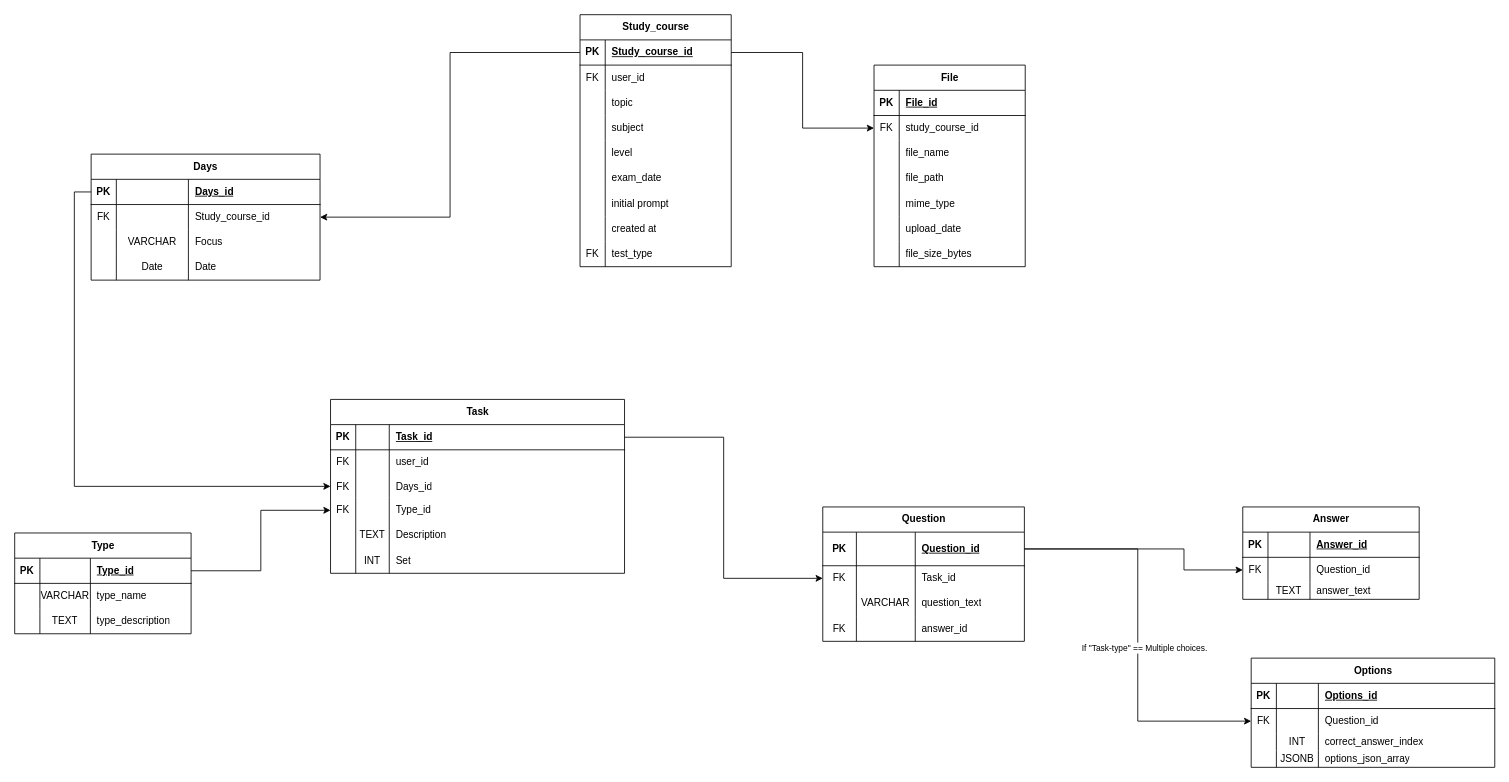
Manny262/edtech-learning-plattform keeps this draw.io diagram as page "ER-diagram" (3 of 3) of docs/flowchart.drawio. Above is the earlier version. Source tidied: cells renumbered, new cells numbered last; positions are measured from the earlier drawing's top-left corner, leaving out a move shared by most shapes. Both pictures are drawn from the tidied source at 84%, with x=0, y=0 at pixel (14, 14).
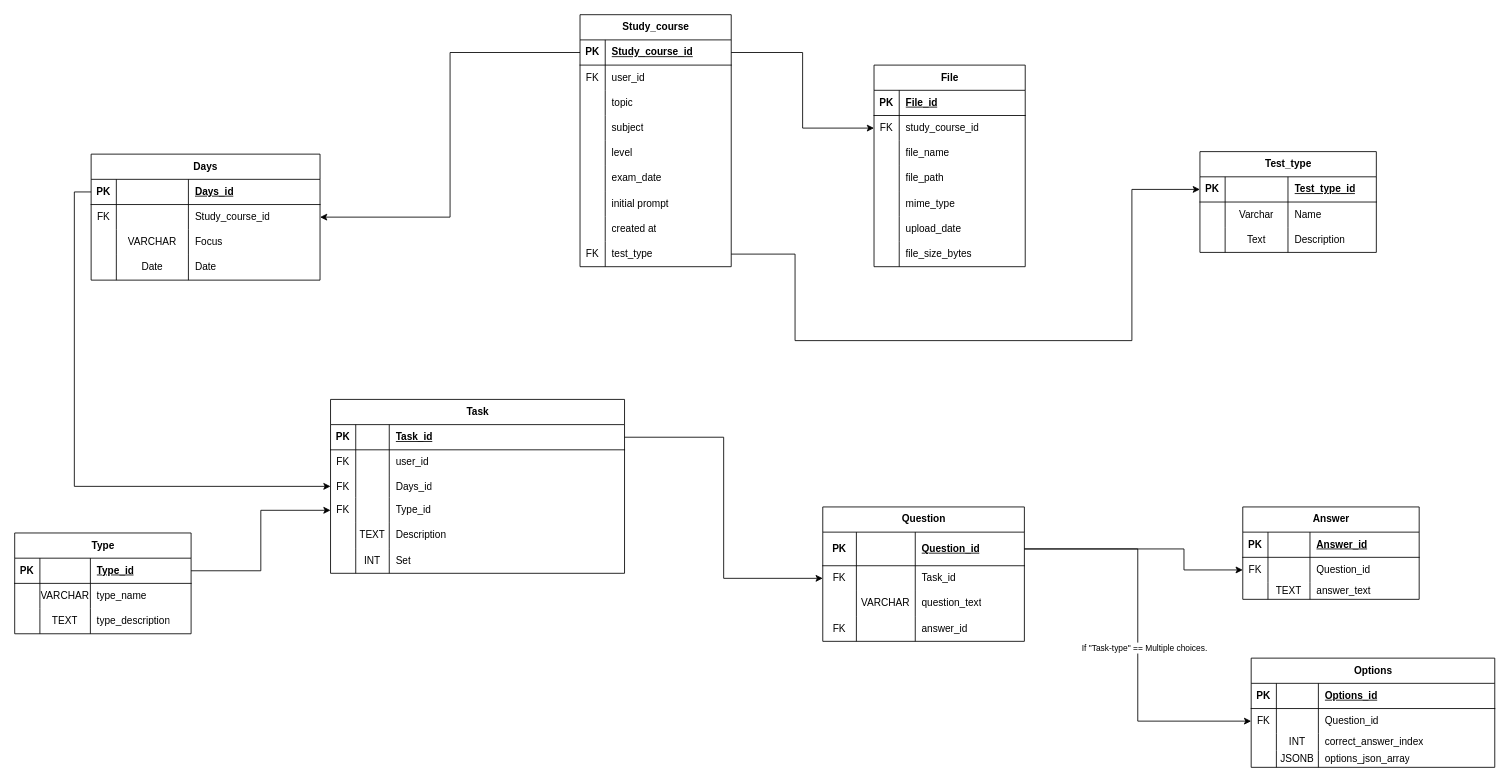
Above is the later version.

Unchanged cells that the change refers to:
```xml
<mxCell id="28" style="shape=tableRow;horizontal=0;startSize=0;swimlaneHead=0;swimlaneBody=0;fillColor=none;points=[[0,0.5],[1,0.5]];portConstraint=eastwest;top=0;left=0;right=0;bottom=0;" parent="3" vertex="1">
  <mxGeometry y="270" width="180" height="30" as="geometry" />
</mxCell>
```

Diff of the diagram source:
```diff
@@
+    <mxCell id="162" style="edgeStyle=orthogonalEdgeStyle;rounded=0;jettySize=auto;html=1;entryX=0;entryY=0.5;entryDx=0;entryDy=0;" parent="1" edge="1" source="28" target="164">
+      <mxGeometry relative="1" as="geometry">
+        <Array as="points">
+          <mxPoint x="929" y="285" />
+          <mxPoint x="929" y="388" />
+          <mxPoint x="1330" y="388" />
+          <mxPoint x="1330" y="208" />
+        </Array>
+      </mxGeometry>
+    </mxCell>
+    <mxCell id="163" value="Test_type" style="shape=table;startSize=30;childLayout=tableLayout;rowLines=0;fontStyle=1;align=center;html=1;" parent="1" vertex="1">
+      <mxGeometry x="1411" y="163" width="210" height="120" as="geometry" />
+    </mxCell>
+    <mxCell id="164" style="shape=tableRow;horizontal=0;startSize=0;swimlaneHead=0;swimlaneBody=0;fillColor=none;points=[[0,0.5],[1,0.5]];portConstraint=eastwest;top=0;left=0;right=0;bottom=1;" parent="163" vertex="1">
+      <mxGeometry y="30" width="210" height="30" as="geometry" />
+    </mxCell>
+    <mxCell id="165" value="PK" style="shape=partialRectangle;fillColor=none;top=0;left=0;bottom=0;right=0;fontStyle=1;overflow=hidden;whiteSpace=wrap;html=1;" parent="164" vertex="1">
+      <mxGeometry width="30" height="30" as="geometry" />
+    </mxCell>
+    <mxCell id="166" style="shape=partialRectangle;fillColor=none;top=0;left=0;bottom=0;right=0;fontStyle=1;overflow=hidden;whiteSpace=wrap;html=1;" parent="164" vertex="1">
+      <mxGeometry x="30" width="74.8" height="30" as="geometry" />
+    </mxCell>
+    <mxCell id="167" value="Test_type_id" style="shape=partialRectangle;fillColor=none;top=0;left=0;bottom=0;right=0;align=left;spacingLeft=6;fontStyle=5;overflow=hidden;whiteSpace=wrap;html=1;" parent="164" vertex="1">
+      <mxGeometry x="104.8" width="105.2" height="30" as="geometry" />
+    </mxCell>
+    <mxCell id="168" style="shape=tableRow;horizontal=0;startSize=0;swimlaneHead=0;swimlaneBody=0;fillColor=none;top=0;left=0;right=0;bottom=0;" parent="163" vertex="1">
+      <mxGeometry y="60" width="210" height="30" as="geometry" />
+    </mxCell>
+    <mxCell id="169" style="shape=partialRectangle;fillColor=none;top=0;left=0;bottom=0;right=0;overflow=hidden;whiteSpace=wrap;html=1;" parent="168" vertex="1">
+      <mxGeometry width="30" height="30" as="geometry" />
+    </mxCell>
+    <mxCell id="170" value="Varchar" style="shape=partialRectangle;fillColor=none;top=0;left=0;bottom=0;right=0;overflow=hidden;whiteSpace=wrap;html=1;" parent="168" vertex="1">
+      <mxGeometry x="30" width="74.8" height="30" as="geometry" />
+    </mxCell>
+    <mxCell id="171" value="Name" style="shape=partialRectangle;fillColor=none;top=0;left=0;bottom=0;right=0;align=left;spacingLeft=6;overflow=hidden;whiteSpace=wrap;html=1;" parent="168" vertex="1">
+      <mxGeometry x="104.8" width="105.2" height="30" as="geometry" />
+    </mxCell>
+    <mxCell id="172" style="shape=tableRow;horizontal=0;startSize=0;swimlaneHead=0;swimlaneBody=0;fillColor=none;top=0;left=0;right=0;bottom=0;" parent="163" vertex="1">
+      <mxGeometry y="90" width="210" height="30" as="geometry" />
+    </mxCell>
+    <mxCell id="173" style="shape=partialRectangle;fillColor=none;top=0;left=0;bottom=0;right=0;overflow=hidden;whiteSpace=wrap;html=1;" parent="172" vertex="1">
+      <mxGeometry width="30" height="30" as="geometry" />
+    </mxCell>
+    <mxCell id="174" value="Text" style="shape=partialRectangle;fillColor=none;top=0;left=0;bottom=0;right=0;overflow=hidden;whiteSpace=wrap;html=1;" parent="172" vertex="1">
+      <mxGeometry x="30" width="74.8" height="30" as="geometry" />
+    </mxCell>
+    <mxCell id="175" value="Description" style="shape=partialRectangle;fillColor=none;top=0;left=0;bottom=0;right=0;align=left;spacingLeft=6;overflow=hidden;whiteSpace=wrap;html=1;" parent="172" vertex="1">
+      <mxGeometry x="104.8" width="105.2" height="30" as="geometry" />
+    </mxCell>
```
